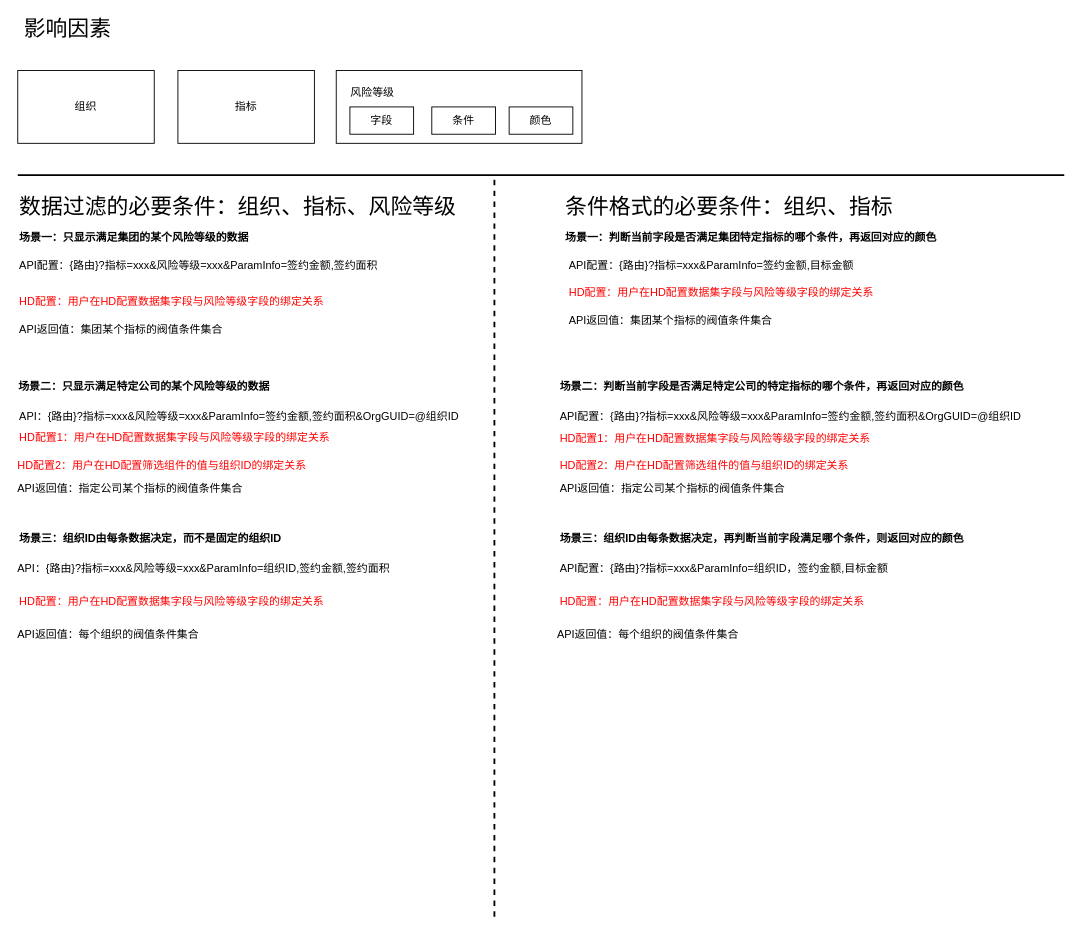
Earlier version of the draw.io diagram 风控中心.drawio (yuanzuohui/draw.io). Source tidied: cells renumbered, new cells numbered last; positions are measured from the earlier drawing's top-left corner, leaving out a move shared by most shapes. Both pictures are drawn from the tidied source at 91%, with x=0, y=0 at pixel (15, 15).
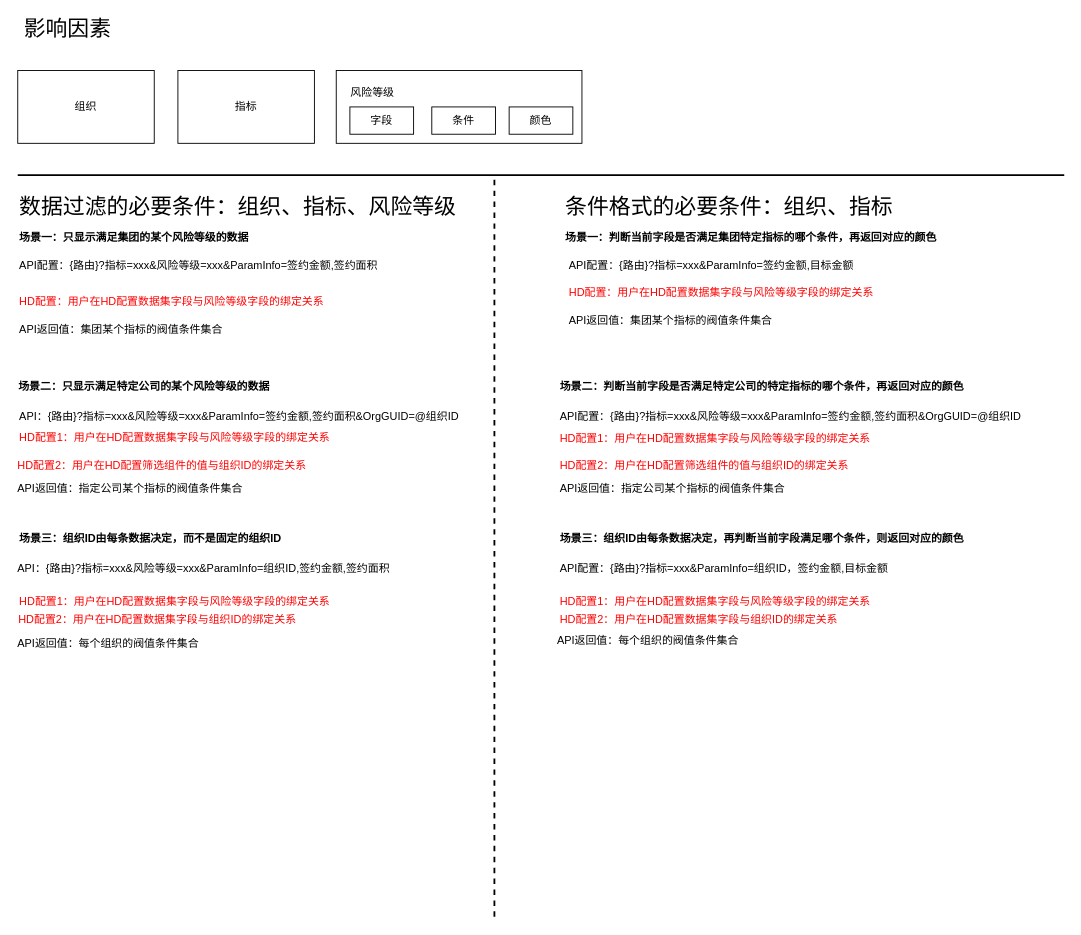
The same page after the edit.

Commit message:
更新风控中心.drawio

Diff of the diagram source:
```diff
@@
-    <mxCell id="28" value="HD配置：用户在HD配置数据集字段与风险等级字段的绑定关系" style="text;html=1;fontSize=12;fontColor=#FF0000;" parent="1" vertex="1">
+    <mxCell id="28" value="HD配置1：用户在HD配置数据集字段与风险等级字段的绑定关系" style="text;html=1;fontSize=12;fontColor=#FF0000;" parent="1" vertex="1">
       <mxGeometry x="2" y="630" width="310" height="30" as="geometry" />
     </mxCell>
     <mxCell id="29" value="API返回值：每个组织的阀值条件集合" style="text;html=1;strokeColor=none;fillColor=none;align=left;verticalAlign=middle;whiteSpace=wrap;rounded=0;fontSize=12;" parent="1" vertex="1">
-      <mxGeometry x="-0.5" y="670" width="210" height="20" as="geometry" />
+      <mxGeometry x="-0.5" y="680" width="210" height="20" as="geometry" />
     </mxCell>
@@
-    <mxCell id="38" value="HD配置：用户在HD配置数据集字段与风险等级字段的绑定关系" style="text;html=1;fontSize=12;fontColor=#FF0000;" parent="1" vertex="1">
+    <mxCell id="38" value="HD配置1：用户在HD配置数据集字段与风险等级字段的绑定关系" style="text;html=1;fontSize=12;fontColor=#FF0000;" parent="1" vertex="1">
       <mxGeometry x="595.8" y="630" width="310" height="30" as="geometry" />
     </mxCell>
     <mxCell id="39" value="API返回值：每个组织的阀值条件集合" style="text;html=1;strokeColor=none;fillColor=none;align=left;verticalAlign=middle;whiteSpace=wrap;rounded=0;fontSize=12;" parent="1" vertex="1">
-      <mxGeometry x="593.2" y="670" width="210" height="20" as="geometry" />
+      <mxGeometry x="593.2" y="677" width="210" height="20" as="geometry" />
     </mxCell>
+    <mxCell id="40" value="HD配置2：用户在HD配置数据集字段与组织ID的绑定关系" style="text;html=1;fontSize=12;fontColor=#FF0000;" parent="1" vertex="1">
+      <mxGeometry x="595.8" y="650" width="310" height="30" as="geometry" />
+    </mxCell>
+    <mxCell id="41" value="HD配置2：用户在HD配置数据集字段与组织ID的绑定关系" style="text;html=1;fontSize=12;fontColor=#FF0000;" parent="1" vertex="1">
+      <mxGeometry x="0.5" y="650" width="310" height="30" as="geometry" />
+    </mxCell>
```
